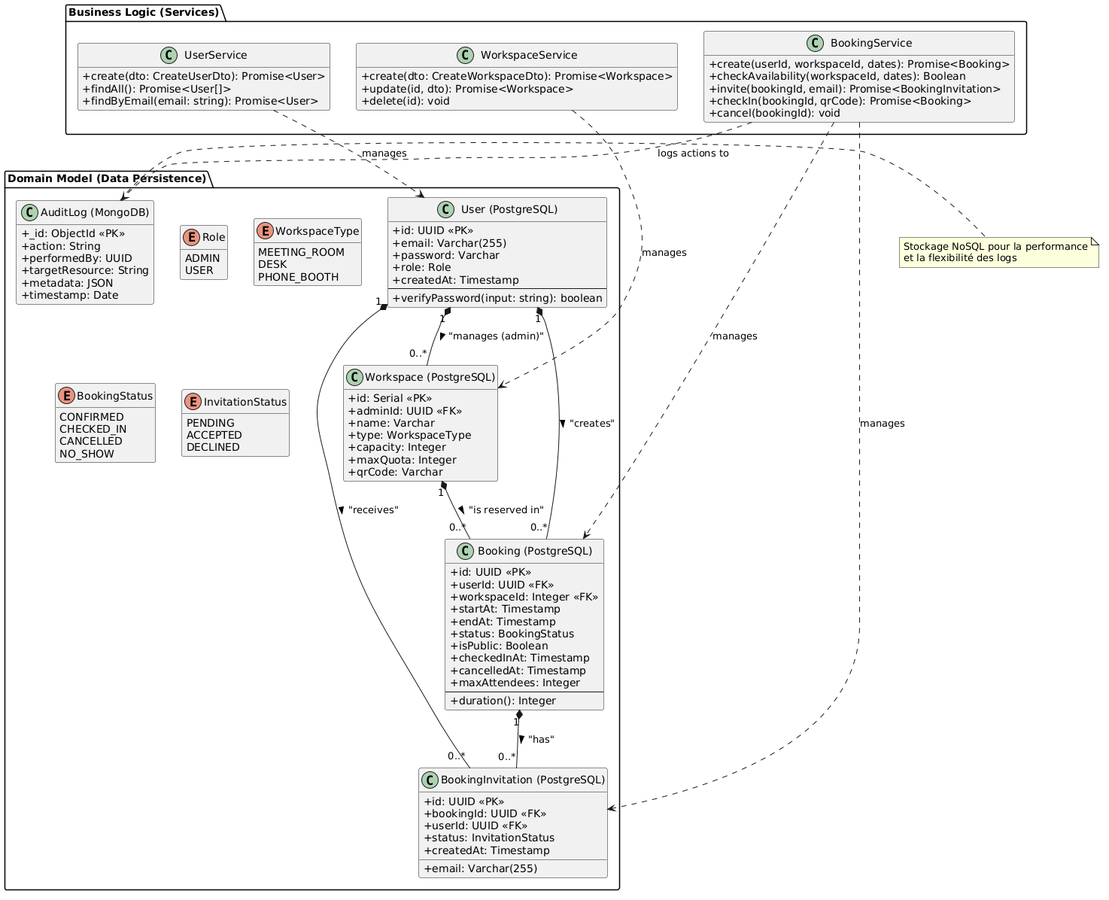
Above: diagrams/class diagram.png in Vaalley/tempo (PlantUML), before the change.
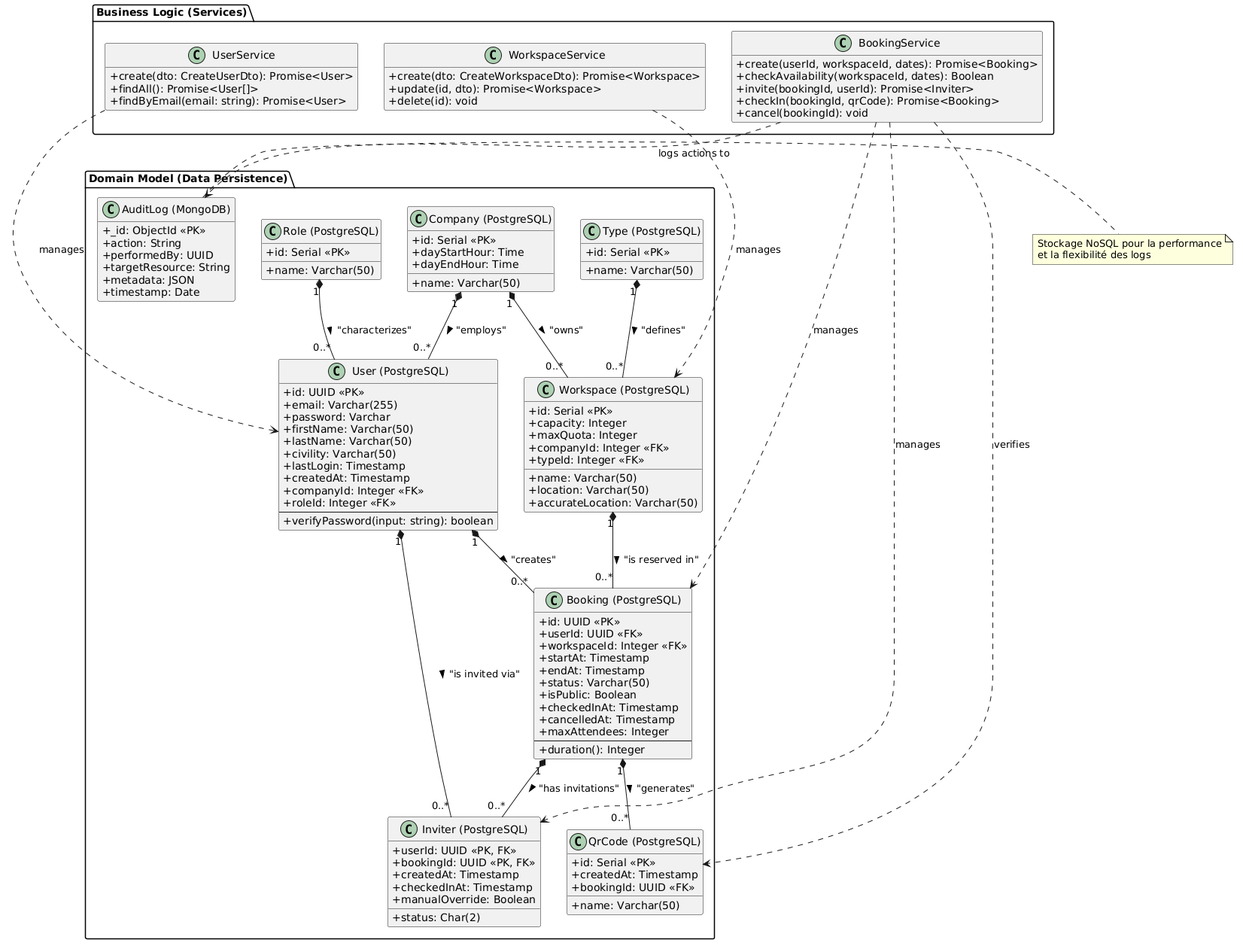
Later version of the same file.

Diff of the diagram source:
```diff
@@ -4,48 +4,47 @@
 
 package "Domain Model (Data Persistence)" {
 
-    enum Role {
-        ADMIN
-        USER
+    class "Role (PostgreSQL)" as Role {
+        + id: Serial <<PK>>
+        + name: Varchar(50)
     }
 
-    enum WorkspaceType {
-        MEETING_ROOM
-        DESK
-        PHONE_BOOTH
+    class "Company (PostgreSQL)" as Company {
+        + id: Serial <<PK>>
+        + name: Varchar(50)
+        + dayStartHour: Time
+        + dayEndHour: Time
     }
 
-    enum BookingStatus {
-        CONFIRMED
-        CHECKED_IN
-        CANCELLED
-        NO_SHOW
-    }
-
-    enum InvitationStatus {
-        PENDING
-        ACCEPTED
-        DECLINED
+    class "Type (PostgreSQL)" as Type {
+        + id: Serial <<PK>>
+        + name: Varchar(50)
     }
 
     class "User (PostgreSQL)" as User {
         + id: UUID <<PK>>
         + email: Varchar(255)
         + password: Varchar
-        + role: Role
+        + firstName: Varchar(50)
+        + lastName: Varchar(50)
+        + civility: Varchar(50)
+        + lastLogin: Timestamp
         + createdAt: Timestamp
+        + companyId: Integer <<FK>>
+        + roleId: Integer <<FK>>
         --
         + verifyPassword(input: string): boolean
     }
 
     class "Workspace (PostgreSQL)" as Workspace {
         + id: Serial <<PK>>
-        + adminId: UUID <<FK>>
-        + name: Varchar
-        + type: WorkspaceType
+        + name: Varchar(50)
         + capacity: Integer
         + maxQuota: Integer
-        + qrCode: Varchar
+        + location: Varchar(50)
+        + accurateLocation: Varchar(50)
+        + companyId: Integer <<FK>>
+        + typeId: Integer <<FK>>
     }
 
     class "Booking (PostgreSQL)" as Booking {
@@ -54,7 +53,7 @@
         + workspaceId: Integer <<FK>>
         + startAt: Timestamp
         + endAt: Timestamp
-        + status: BookingStatus
+        + status: Varchar(50)
         + isPublic: Boolean
         + checkedInAt: Timestamp
         + cancelledAt: Timestamp
@@ -63,13 +62,20 @@
         + duration(): Integer
     }
 
-    class "BookingInvitation (PostgreSQL)" as BookingInvitation {
-        + id: UUID <<PK>>
+    class "Inviter (PostgreSQL)" as Inviter {
+        + userId: UUID <<PK, FK>>
+        + bookingId: UUID <<PK, FK>>
+        + createdAt: Timestamp
+        + status: Char(2)
+        + checkedInAt: Timestamp
+        + manualOverride: Boolean
+    }
+
+    class "QrCode (PostgreSQL)" as QrCode {
+        + id: Serial <<PK>>
+        + name: Varchar(50)
+        + createdAt: Timestamp
         + bookingId: UUID <<FK>>
-        + userId: UUID <<FK>>
-        + email: Varchar(255)
-        + status: InvitationStatus
-        + createdAt: Timestamp
     }
 
     class "AuditLog (MongoDB)" as AuditLog {
@@ -92,7 +98,7 @@
     class BookingService {
         + create(userId, workspaceId, dates): Promise<Booking>
         + checkAvailability(workspaceId, dates): Boolean
-        + invite(bookingId, email): Promise<BookingInvitation>
+        + invite(bookingId, userId): Promise<Inviter>
         + checkIn(bookingId, qrCode): Promise<Booking>
         + cancel(bookingId): void
     }
@@ -104,15 +110,20 @@
     }
 }
 
+Role "1" *-- "0..*" User : "characterizes" >
+Company "1" *-- "0..*" User : "employs" >
+Company "1" *-- "0..*" Workspace : "owns" >
+Type "1" *-- "0..*" Workspace : "defines" >
 User "1" *-- "0..*" Booking : "creates" >
 Workspace "1" *-- "0..*" Booking : "is reserved in" >
-User "1" *-- "0..*" Workspace : "manages (admin)" >
-Booking "1" *-- "0..*" BookingInvitation : "has" >
-User "1" *-- "0..*" BookingInvitation : "receives" >
+User "1" *-- "0..*" Inviter : "is invited via" >
+Booking "1" *-- "0..*" Inviter : "has invitations" >
+Booking "1" *-- "0..*" QrCode : "generates" >
 
 UserService ..> User : "manages"
 BookingService ..> Booking : "manages"
-BookingService ..> BookingInvitation : "manages"
+BookingService ..> Inviter : "manages"
+BookingService ..> QrCode : "verifies"
 WorkspaceService ..> Workspace : "manages"
 BookingService ..> AuditLog : "logs actions to"
 
```
